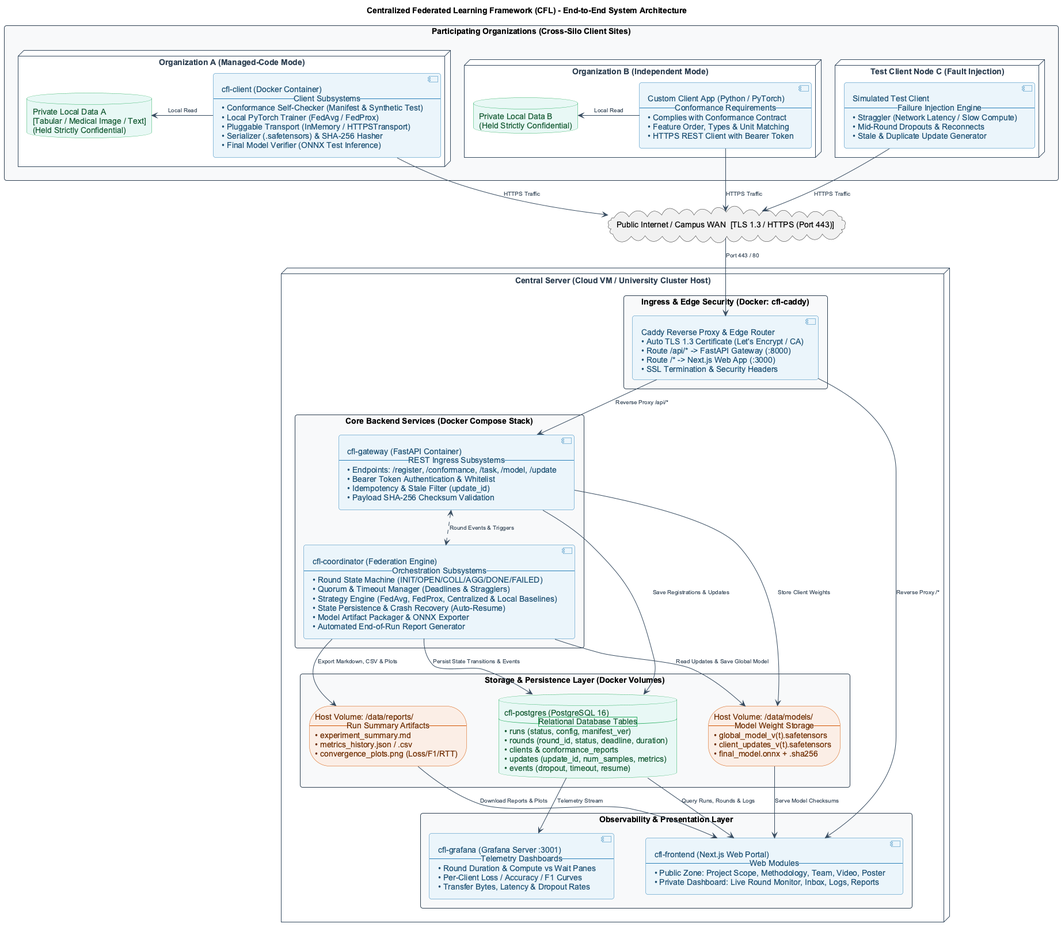
Before: diagrams/architecture/Architecture_Diagram.png, a diagram exported from PlantUML (boratokerku/COMP491-Centralized-Federated-Learning-Framework). Its diagram source:
```plantuml
@startuml Architecture_Diagram
skinparam defaultFontName Arial
skinparam fontSize 11
skinparam roundcorner 8
skinparam shadowing false
skinparam packageStyle rectangle

skinparam nodesep 55
skinparam ranksep 48
skinparam packagePadding 14
skinparam componentPadding 10

skinparam package {
    BorderColor #2C3E50
    BackgroundColor #F8F9FA
    FontColor #2C3E50
    FontStyle bold
}

skinparam node {
    BorderColor #34495E
    BackgroundColor #FFFFFF
    FontColor #2C3E50
    FontStyle bold
}

skinparam component {
    BorderColor #2980B9
    BackgroundColor #EBF5FB
    FontColor #1B4F72
}

skinparam database {
    BorderColor #27AE60
    BackgroundColor #E8F8F5
    FontColor #145A32
}

skinparam storage {
    BorderColor #D35400
    BackgroundColor #FBEEE6
    FontColor #6E2C00
}

skinparam arrow {
    Color #34495E
    FontColor #2C3E50
    FontSize 10
}

title Centralized Federated Learning Framework (CFL) - End-to-End System Architecture

package "Participating Organizations (Cross-Silo Client Sites)" as ClientsLayer {

    node "Organization A (Managed-Code Mode)" as NodeA {
        [cfl-client (Docker Container)\n-- Client Subsystems --\n• Conformance Self-Checker (Manifest & Synthetic Test)\n• Local PyTorch Trainer (FedAvg / FedProx)\n• Pluggable Transport (InMemory / HTTPSTransport)\n• Serializer (.safetensors) & SHA-256 Hasher\n• Final Model Verifier (ONNX Test Inference)] as ClientA
        database "Private Local Data A\n[Tabular / Medical Image / Text]\n(Held Strictly Confidential)" as DataA
        ClientA -left-> DataA : Local Read
    }

    node "Organization B (Independent Mode)" as NodeB {
        [Custom Client App (Python / PyTorch)\n-- Conformance Requirements --\n• Complies with Conformance Contract\n• Feature Order, Types & Unit Matching\n• HTTPS REST Client with Bearer Token] as ClientB
        database "Private Local Data B\n(Held Strictly Confidential)" as DataB
        ClientB -left-> DataB : Local Read
    }

    node "Test Client Node C (Fault Injection)" as NodeC {
        [Simulated Test Client\n-- Failure Injection Engine --\n• Straggler (Network Latency / Slow Compute)\n• Mid-Round Dropouts & Reconnects\n• Stale & Duplicate Update Generator] as ClientC
    }
}

cloud "Public Internet / Campus WAN  [TLS 1.3 / HTTPS (Port 443)]" as Internet

ClientA --> Internet : HTTPS Traffic
ClientB --> Internet : HTTPS Traffic
ClientC --> Internet : HTTPS Traffic

node "Central Server (Cloud VM / University Cluster Host)" as CentralServer {

    package "Ingress & Edge Security (Docker: cfl-caddy)" as IngressPkg {
        [Caddy Reverse Proxy & Edge Router\n• Auto TLS 1.3 Certificate (Let's Encrypt / CA)\n• Route /api/* -> FastAPI Gateway (:8000)\n• Route /* -> Next.js Web App (:3000)\n• SSL Termination & Security Headers] as Caddy
    }

    Internet --> Caddy : Port 443 / 80

    package "Core Backend Services (Docker Compose Stack)" as BackendStack {
        [cfl-gateway (FastAPI Container)\n-- REST Ingress Subsystems --\n• Endpoints: /register, /conformance, /task, /model, /update\n• Bearer Token Authentication & Whitelist\n• Idempotency & Stale Filter (update_id)\n• Payload SHA-256 Checksum Validation] as Gateway

        [cfl-coordinator (Federation Engine)\n-- Orchestration Subsystems --\n• Round State Machine (INIT/OPEN/COLL/AGG/DONE/FAILED)\n• Quorum & Timeout Manager (Deadlines & Stragglers)\n• Strategy Engine (FedAvg, FedProx, Centralized & Local Baselines)\n• State Persistence & Crash Recovery (Auto-Resume)\n• Model Artifact Packager & ONNX Exporter\n• Automated End-of-Run Report Generator] as Coordinator

        Gateway <..> Coordinator : Round Events & Triggers
    }

    Caddy --> Gateway : Reverse Proxy /api/*

    package "Storage & Persistence Layer (Docker Volumes)" as StorageStack {
        database "cfl-postgres (PostgreSQL 16)\n-- Relational Database Tables --\n• runs (status, config, manifest_ver)\n• rounds (round_id, status, deadline, duration)\n• clients & conformance_reports\n• updates (update_id, num_samples, metrics)\n• events (dropout, timeout, resume)" as Postgres

        storage "Host Volume: /data/models/\n-- Model Weight Storage --\n• global_model_v(t).safetensors\n• client_updates_v(t).safetensors\n• final_model.onnx + .sha256" as ModelStorage

        storage "Host Volume: /data/reports/\n-- Run Summary Artifacts --\n• experiment_summary.md\n• metrics_history.json / .csv\n• convergence_plots.png (Loss/F1/RTT)" as ReportStorage
    }

    Gateway --> Postgres : Save Registrations & Updates
    Gateway --> ModelStorage : Store Client Weights
    Coordinator --> Postgres : Persist State Transitions & Events
    Coordinator --> ModelStorage : Read Updates & Save Global Model
    Coordinator --> ReportStorage : Export Markdown, CSV & Plots

    package "Observability & Presentation Layer" as UIStack {
        [cfl-frontend (Next.js Web Portal)\n-- Web Modules --\n• Public Zone: Project Scope, Methodology, Team, Video, Poster\n• Private Dashboard: Live Round Monitor, Inbox, Logs, Reports] as WebApp

        [cfl-grafana (Grafana Server :3001)\n-- Telemetry Dashboards --\n• Round Duration & Compute vs Wait Panes\n• Per-Client Loss / Accuracy / F1 Curves\n• Transfer Bytes, Latency & Dropout Rates] as Grafana
    }

    Caddy --> WebApp : Reverse Proxy /*
    Postgres --> WebApp : Query Runs, Rounds & Logs
    Postgres --> Grafana : Telemetry Stream
    ModelStorage --> WebApp : Serve Model Checksums
    ReportStorage --> WebApp : Download Reports & Plots
}

@enduml
```
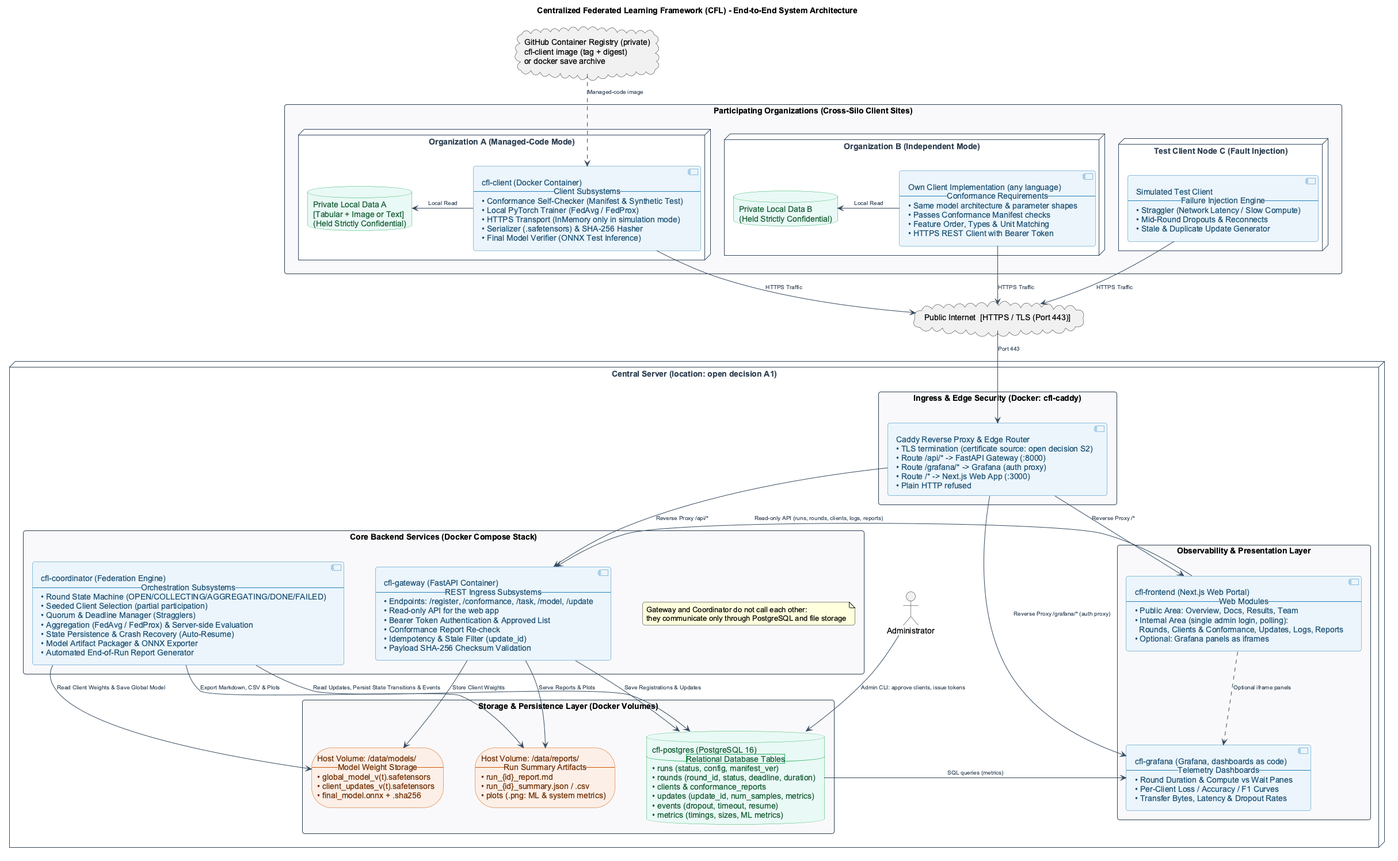
The same diagram one commit later.

The edit, as a diff of the source:
```diff
@@ -53,13 +53,13 @@
 package "Participating Organizations (Cross-Silo Client Sites)" as ClientsLayer {
 
     node "Organization A (Managed-Code Mode)" as NodeA {
-        [cfl-client (Docker Container)\n-- Client Subsystems --\n• Conformance Self-Checker (Manifest & Synthetic Test)\n• Local PyTorch Trainer (FedAvg / FedProx)\n• Pluggable Transport (InMemory / HTTPSTransport)\n• Serializer (.safetensors) & SHA-256 Hasher\n• Final Model Verifier (ONNX Test Inference)] as ClientA
-        database "Private Local Data A\n[Tabular / Medical Image / Text]\n(Held Strictly Confidential)" as DataA
+        [cfl-client (Docker Container)\n-- Client Subsystems --\n• Conformance Self-Checker (Manifest & Synthetic Test)\n• Local PyTorch Trainer (FedAvg / FedProx)\n• HTTPS Transport (InMemory only in simulation mode)\n• Serializer (.safetensors) & SHA-256 Hasher\n• Final Model Verifier (ONNX Test Inference)] as ClientA
+        database "Private Local Data A\n[Tabular + Image or Text]\n(Held Strictly Confidential)" as DataA
         ClientA -left-> DataA : Local Read
     }
 
     node "Organization B (Independent Mode)" as NodeB {
-        [Custom Client App (Python / PyTorch)\n-- Conformance Requirements --\n• Complies with Conformance Contract\n• Feature Order, Types & Unit Matching\n• HTTPS REST Client with Bearer Token] as ClientB
+        [Own Client Implementation (any language)\n-- Conformance Requirements --\n• Same model architecture & parameter shapes\n• Passes Conformance Manifest checks\n• Feature Order, Types & Unit Matching\n• HTTPS REST Client with Bearer Token] as ClientB
         database "Private Local Data B\n(Held Strictly Confidential)" as DataB
         ClientB -left-> DataB : Local Read
     }
@@ -69,55 +69,62 @@
     }
 }
 
-cloud "Public Internet / Campus WAN  [TLS 1.3 / HTTPS (Port 443)]" as Internet
+cloud "Public Internet  [HTTPS / TLS (Port 443)]" as Internet
+
+cloud "GitHub Container Registry (private)\ncfl-client image (tag + digest)\nor docker save archive" as Registry
+Registry ..> ClientA : Managed-code image
 
 ClientA --> Internet : HTTPS Traffic
 ClientB --> Internet : HTTPS Traffic
 ClientC --> Internet : HTTPS Traffic
 
-node "Central Server (Cloud VM / University Cluster Host)" as CentralServer {
+node "Central Server (location: open decision A1)" as CentralServer {
 
     package "Ingress & Edge Security (Docker: cfl-caddy)" as IngressPkg {
-        [Caddy Reverse Proxy & Edge Router\n• Auto TLS 1.3 Certificate (Let's Encrypt / CA)\n• Route /api/* -> FastAPI Gateway (:8000)\n• Route /* -> Next.js Web App (:3000)\n• SSL Termination & Security Headers] as Caddy
+        [Caddy Reverse Proxy & Edge Router\n• TLS termination (certificate source: open decision S2)\n• Route /api/* -> FastAPI Gateway (:8000)\n• Route /grafana/* -> Grafana (auth proxy)\n• Route /* -> Next.js Web App (:3000)\n• Plain HTTP refused] as Caddy
     }
 
-    Internet --> Caddy : Port 443 / 80
+    Internet --> Caddy : Port 443
 
     package "Core Backend Services (Docker Compose Stack)" as BackendStack {
-        [cfl-gateway (FastAPI Container)\n-- REST Ingress Subsystems --\n• Endpoints: /register, /conformance, /task, /model, /update\n• Bearer Token Authentication & Whitelist\n• Idempotency & Stale Filter (update_id)\n• Payload SHA-256 Checksum Validation] as Gateway
+        [cfl-gateway (FastAPI Container)\n-- REST Ingress Subsystems --\n• Endpoints: /register, /conformance, /task, /model, /update\n• Read-only API for the web app\n• Bearer Token Authentication & Approved List\n• Conformance Report Re-check\n• Idempotency & Stale Filter (update_id)\n• Payload SHA-256 Checksum Validation] as Gateway
 
-        [cfl-coordinator (Federation Engine)\n-- Orchestration Subsystems --\n• Round State Machine (INIT/OPEN/COLL/AGG/DONE/FAILED)\n• Quorum & Timeout Manager (Deadlines & Stragglers)\n• Strategy Engine (FedAvg, FedProx, Centralized & Local Baselines)\n• State Persistence & Crash Recovery (Auto-Resume)\n• Model Artifact Packager & ONNX Exporter\n• Automated End-of-Run Report Generator] as Coordinator
+        [cfl-coordinator (Federation Engine)\n-- Orchestration Subsystems --\n• Round State Machine (OPEN/COLLECTING/AGGREGATING/DONE/FAILED)\n• Seeded Client Selection (partial participation)\n• Quorum & Deadline Manager (Stragglers)\n• Aggregation (FedAvg / FedProx) & Server-side Evaluation\n• State Persistence & Crash Recovery (Auto-Resume)\n• Model Artifact Packager & ONNX Exporter\n• Automated End-of-Run Report Generator] as Coordinator
 
-        Gateway <..> Coordinator : Round Events & Triggers
+        note "Gateway and Coordinator do not call each other:\nthey communicate only through PostgreSQL and file storage" as NoteIPC
     }
 
     Caddy --> Gateway : Reverse Proxy /api/*
 
     package "Storage & Persistence Layer (Docker Volumes)" as StorageStack {
-        database "cfl-postgres (PostgreSQL 16)\n-- Relational Database Tables --\n• runs (status, config, manifest_ver)\n• rounds (round_id, status, deadline, duration)\n• clients & conformance_reports\n• updates (update_id, num_samples, metrics)\n• events (dropout, timeout, resume)" as Postgres
+        database "cfl-postgres (PostgreSQL 16)\n-- Relational Database Tables --\n• runs (status, config, manifest_ver)\n• rounds (round_id, status, deadline, duration)\n• clients & conformance_reports\n• updates (update_id, num_samples, metrics)\n• events (dropout, timeout, resume)\n• metrics (timings, sizes, ML metrics)" as Postgres
 
         storage "Host Volume: /data/models/\n-- Model Weight Storage --\n• global_model_v(t).safetensors\n• client_updates_v(t).safetensors\n• final_model.onnx + .sha256" as ModelStorage
 
-        storage "Host Volume: /data/reports/\n-- Run Summary Artifacts --\n• experiment_summary.md\n• metrics_history.json / .csv\n• convergence_plots.png (Loss/F1/RTT)" as ReportStorage
+        storage "Host Volume: /data/reports/\n-- Run Summary Artifacts --\n• run_{id}_report.md\n• run_{id}_summary.json / .csv\n• plots (.png: ML & system metrics)" as ReportStorage
     }
 
     Gateway --> Postgres : Save Registrations & Updates
     Gateway --> ModelStorage : Store Client Weights
-    Coordinator --> Postgres : Persist State Transitions & Events
-    Coordinator --> ModelStorage : Read Updates & Save Global Model
+    Coordinator --> Postgres : Read Updates, Persist State Transitions & Events
+    Coordinator --> ModelStorage : Read Client Weights & Save Global Model
     Coordinator --> ReportStorage : Export Markdown, CSV & Plots
 
     package "Observability & Presentation Layer" as UIStack {
-        [cfl-frontend (Next.js Web Portal)\n-- Web Modules --\n• Public Zone: Project Scope, Methodology, Team, Video, Poster\n• Private Dashboard: Live Round Monitor, Inbox, Logs, Reports] as WebApp
+        [cfl-frontend (Next.js Web Portal)\n-- Web Modules --\n• Public Area: Overview, Docs, Results, Team\n• Internal Area (single admin login, polling):\n  Rounds, Clients & Conformance, Updates, Logs, Reports\n• Optional: Grafana panels as iframes] as WebApp
 
-        [cfl-grafana (Grafana Server :3001)\n-- Telemetry Dashboards --\n• Round Duration & Compute vs Wait Panes\n• Per-Client Loss / Accuracy / F1 Curves\n• Transfer Bytes, Latency & Dropout Rates] as Grafana
+        [cfl-grafana (Grafana, dashboards as code)\n-- Telemetry Dashboards --\n• Round Duration & Compute vs Wait Panes\n• Per-Client Loss / Accuracy / F1 Curves\n• Transfer Bytes, Latency & Dropout Rates] as Grafana
     }
 
     Caddy --> WebApp : Reverse Proxy /*
-    Postgres --> WebApp : Query Runs, Rounds & Logs
-    Postgres --> Grafana : Telemetry Stream
-    ModelStorage --> WebApp : Serve Model Checksums
-    ReportStorage --> WebApp : Download Reports & Plots
+    Caddy --> Grafana : Reverse Proxy /grafana/* (auth proxy)
+    WebApp --> Gateway : Read-only API (runs, rounds, clients, logs, reports)
+    Gateway --> ReportStorage : Serve Reports & Plots
+    Postgres --> Grafana : SQL queries (metrics)
+    WebApp ..> Grafana : Optional iframe panels
+
+    actor "Administrator" as Admin
+    Admin --> Postgres : Admin CLI: approve clients, issue tokens
 }
 
 @enduml
```
